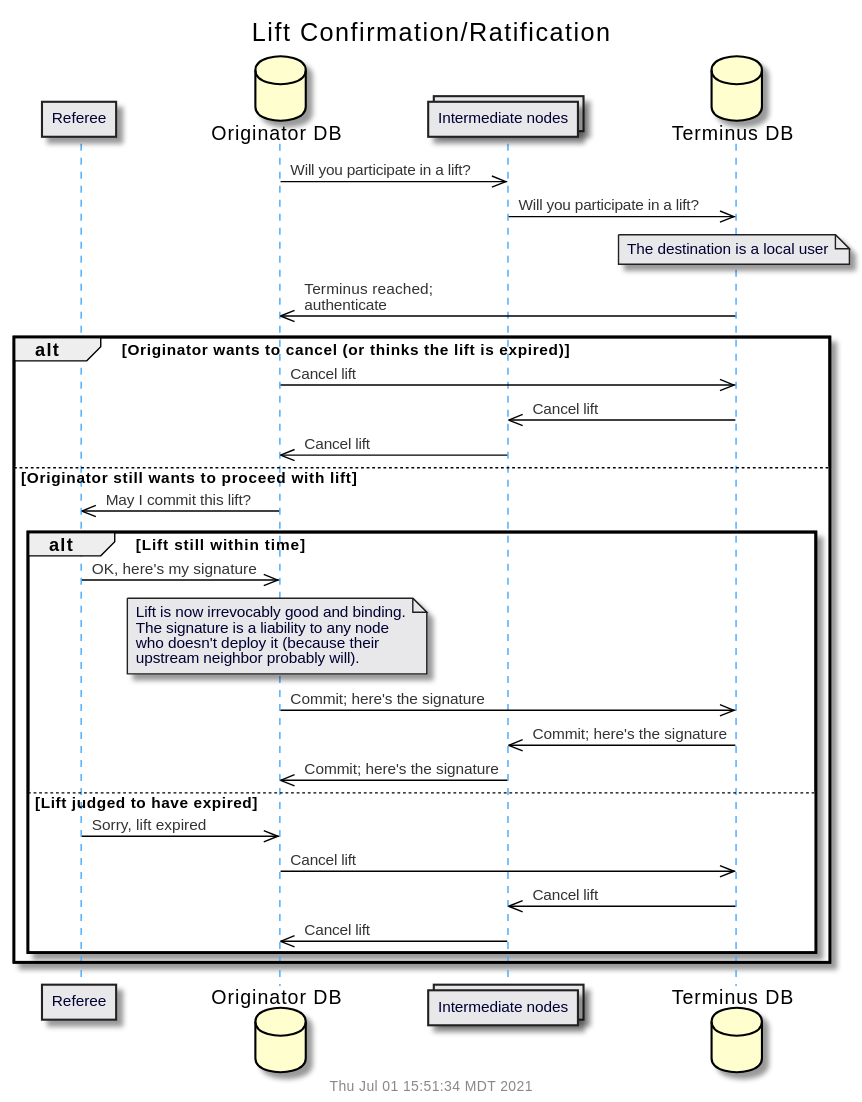
Earlier version of the PlantUML export doc/uml/seq-lift-conf.svg (gotchoices/MyCHIPs). Source of this version:
```plantuml
@startuml
!include common.puml
$title(Lift Confirmation/Ratification)
participant "Referee" as referee
database "Originator DB" as propDB
collections "Intermediate nodes" as inter
database "Terminus DB" as termDB

propDB		->>	inter:		Will you participate in a lift?
inter		->>	termDB:		Will you participate in a lift?

note over termDB: The destination is a local user
termDB		->>	propDB:		Terminus reached;\nauthenticate

alt Originator wants to cancel (or thinks the lift is expired)
  propDB	->>	termDB:		Cancel lift
  termDB	->>	inter:		Cancel lift
  inter		->>	propDB:		Cancel lift

else Originator still wants to proceed with lift
  propDB	->>	referee:	May I commit this lift?

  alt Lift still within time
    referee	->>	propDB:		OK, here's my signature
    note over propDB
      Lift is now irrevocably good and binding.
      The signature is a liability to any node
      who doesn't deploy it (because their
      upstream neighbor probably will).
    end note

    propDB	->>	termDB:		Commit; here's the signature
    termDB	->>	inter:		Commit; here's the signature
    inter	->>	propDB:		Commit; here's the signature

  else Lift judged to have expired
    referee	->>	propDB:		Sorry, lift expired
    propDB	->>	termDB:		Cancel lift
    termDB	->>	inter:		Cancel lift
    inter	->>	propDB:		Cancel lift
  end

end

@enduml
```
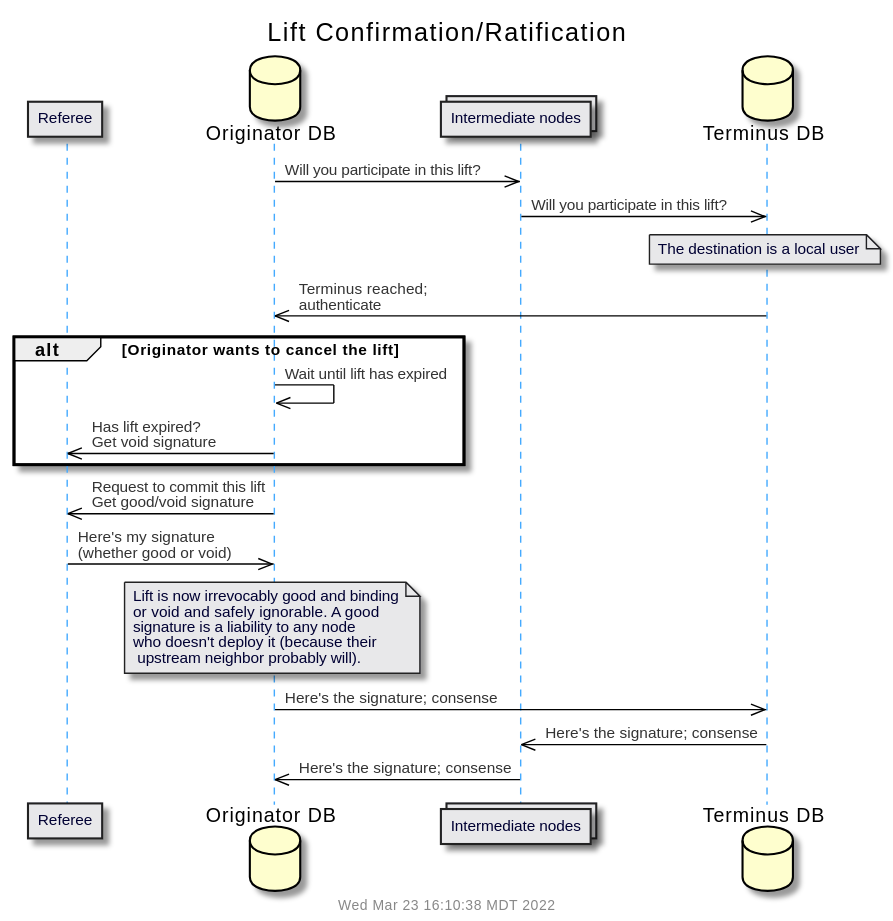
The same file after the commit.

Diff of the diagram source:
```diff
@@ -6,40 +6,31 @@
 collections "Intermediate nodes" as inter
 database "Terminus DB" as termDB
 
-propDB		->>	inter:		Will you participate in a lift?
-inter		->>	termDB:		Will you participate in a lift?
+propDB		->>	inter:		Will you participate in this lift?
+inter		->>	termDB:		Will you participate in this lift?
 
 note over termDB: The destination is a local user
 termDB		->>	propDB:		Terminus reached;\nauthenticate
 
-alt Originator wants to cancel (or thinks the lift is expired)
-  propDB	->>	termDB:		Cancel lift
-  termDB	->>	inter:		Cancel lift
-  inter		->>	propDB:		Cancel lift
-
-else Originator still wants to proceed with lift
-  propDB	->>	referee:	May I commit this lift?
-
-  alt Lift still within time
-    referee	->>	propDB:		OK, here's my signature
-    note over propDB
-      Lift is now irrevocably good and binding.
-      The signature is a liability to any node
-      who doesn't deploy it (because their
-      upstream neighbor probably will).
-    end note
-
-    propDB	->>	termDB:		Commit; here's the signature
-    termDB	->>	inter:		Commit; here's the signature
-    inter	->>	propDB:		Commit; here's the signature
-
-  else Lift judged to have expired
-    referee	->>	propDB:		Sorry, lift expired
-    propDB	->>	termDB:		Cancel lift
-    termDB	->>	inter:		Cancel lift
-    inter	->>	propDB:		Cancel lift
-  end
-
+alt Originator wants to cancel the lift
+  propDB	->>	propDB:		Wait until lift has expired
+  propDB	->>	referee:	Has lift expired?\nGet void signature
 end
 
+propDB	->>	referee:	Request to commit this lift\nGet good/void signature
+
+referee	->>	propDB:		Here's my signature\n(whether good or void)
+
+note over propDB
+  Lift is now irrevocably good and binding
+  or void and safely ignorable.  A good
+  signature is a liability to any node
+  who doesn't deploy it (because their
+   upstream neighbor probably will).
+end note
+
+propDB	->>	termDB:		Here's the signature; consense
+termDB	->>	inter:		Here's the signature; consense
+inter	->>	propDB:		Here's the signature; consense
+
 @enduml
```
